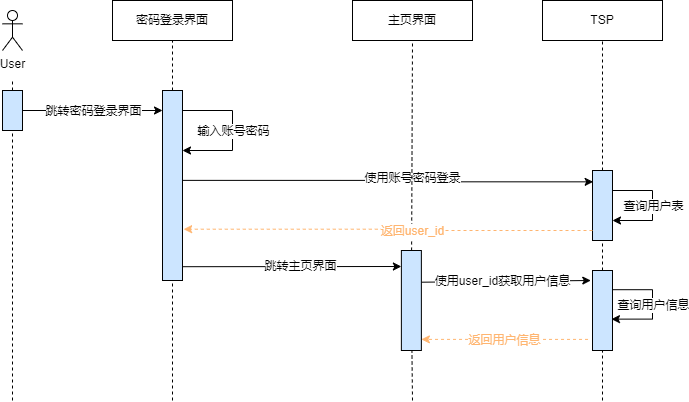
Above: x9hp/密码登录时序图.png in notigit/Image (draw.io), before the change. Source tidied: cells renumbered, new cells last; positions are measured from the earlier drawing's top-left corner, leaving out a move shared by most shapes.
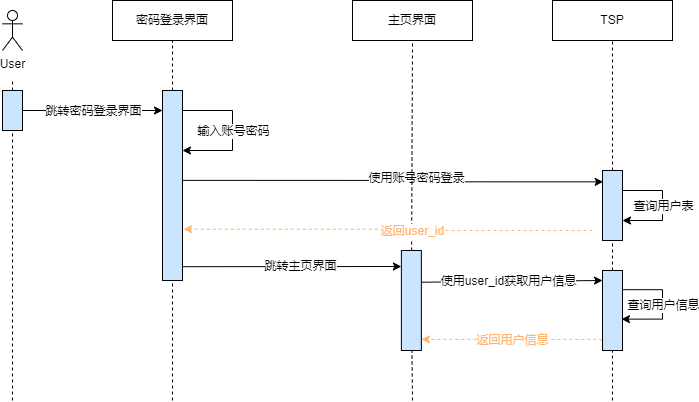
Above is the later version.

Commit message:
更新密码登录时序图.png

What changed in the source:
```diff
@@ -6,7 +6,7 @@
       <mxGeometry x="110" width="120" height="40" as="geometry" />
     </mxCell>
     <mxCell id="3" value="TSP" style="rounded=0;whiteSpace=wrap;html=1;" parent="1" vertex="1">
-      <mxGeometry x="540" width="120" height="40" as="geometry" />
+      <mxGeometry x="550" width="120" height="40" as="geometry" />
     </mxCell>
     <mxCell id="4" value="User" style="shape=umlActor;verticalLabelPosition=bottom;verticalAlign=top;html=1;" parent="1" vertex="1">
       <mxGeometry y="10" width="20" height="40" as="geometry" />
@@ -47,7 +47,7 @@
       <mxGeometry relative="1" as="geometry" />
     </mxCell>
     <mxCell id="14" style="rounded=0;whiteSpace=wrap;html=1;fillColor=#CCE5FF;" parent="1" vertex="1">
-      <mxGeometry x="590" y="170" width="20" height="70" as="geometry" />
+      <mxGeometry x="600" y="170" width="20" height="70" as="geometry" />
     </mxCell>
     <mxCell id="15" style="endArrow=none;dashed=1;html=1;rounded=0;startArrow=none;entryX=0.5;entryY=1;entryDx=0;entryDy=0;" parent="1" edge="1" source="35" target="14">
       <mxGeometry relative="1" as="geometry" />
@@ -83,21 +83,20 @@
     </mxCell>
     <mxCell id="21" style="endArrow=classic;html=1;rounded=0;fontSize=11;edgeStyle=orthogonalEdgeStyle;" parent="1" edge="1">
       <mxGeometry relative="1" as="geometry">
-        <mxPoint x="610" y="190" as="sourcePoint" />
-        <mxPoint x="610" y="220" as="targetPoint" />
+        <mxPoint x="620" y="190" as="sourcePoint" />
+        <mxPoint x="620" y="220" as="targetPoint" />
         <Array as="points">
-          <mxPoint x="650" y="190" />
-          <mxPoint x="650" y="220" />
+          <mxPoint x="660" y="190" />
+          <mxPoint x="660" y="220" />
         </Array>
       </mxGeometry>
     </mxCell>
     <mxCell id="22" value="查询用户表" style="edgeLabel;html=1;align=center;verticalAlign=middle;fontSize=11;fillColor=#CCE5FF;" parent="21" vertex="1">
       <mxGeometry relative="1" as="geometry" />
     </mxCell>
-    <mxCell id="23" style="endArrow=classic;html=1;rounded=0;fontSize=11;fontColor=#FFB570;strokeColor=#000000;fillColor=#FFF2CC;exitX=1;exitY=0.25;exitDx=0;exitDy=0;entryX=-0.03;entryY=0.135;entryDx=0;entryDy=0;entryPerimeter=0;" parent="1" edge="1">
+    <mxCell id="23" style="endArrow=classic;html=1;rounded=0;fontSize=11;fontColor=#FFB570;strokeColor=#000000;fillColor=#FFF2CC;exitX=1;exitY=0.25;exitDx=0;exitDy=0;entryX=0;entryY=0.125;entryDx=0;entryDy=0;entryPerimeter=0;" parent="1" edge="1" target="35">
       <mxGeometry relative="1" as="geometry">
         <mxPoint x="418.9" y="281.7" as="sourcePoint" />
-        <mxPoint x="588.3" y="280" as="targetPoint" />
       </mxGeometry>
     </mxCell>
     <mxCell id="24" value="使用user_id获取用户信息" style="edgeLabel;html=1;align=center;verticalAlign=middle;fontSize=11;fontColor=#000000;fillColor=#FFB570;" parent="23" vertex="1">
@@ -107,24 +106,22 @@
     </mxCell>
     <mxCell id="25" style="endArrow=classic;html=1;rounded=0;fontSize=11;fontColor=#000000;strokeColor=#000000;fillColor=#FFF2CC;edgeStyle=orthogonalEdgeStyle;entryX=1.004;entryY=0.618;entryDx=0;entryDy=0;exitX=1;exitY=0.25;exitDx=0;exitDy=0;entryPerimeter=0;" parent="1" edge="1">
       <mxGeometry relative="1" as="geometry">
-        <mxPoint x="608.9" y="289.2" as="sourcePoint" />
-        <mxPoint x="609" y="318.6" as="targetPoint" />
+        <mxPoint x="618.9" y="289.2" as="sourcePoint" />
+        <mxPoint x="619" y="318.6" as="targetPoint" />
         <Array as="points">
-          <mxPoint x="650" y="289" />
-          <mxPoint x="650" y="319" />
+          <mxPoint x="660" y="289" />
+          <mxPoint x="660" y="319" />
         </Array>
       </mxGeometry>
     </mxCell>
     <mxCell id="26" value="查询用户信息" style="edgeLabel;html=1;align=center;verticalAlign=middle;fontSize=11;fontColor=#000000;fillColor=#FFB570;" parent="25" vertex="1">
       <mxGeometry relative="1" as="geometry" />
     </mxCell>
-    <mxCell id="27" style="edgeStyle=orthogonalEdgeStyle;rounded=0;orthogonalLoop=1;jettySize=auto;html=1;exitX=-0.168;exitY=0.871;exitDx=0;exitDy=0;fontSize=11;dashed=1;fillColor=#FFF2CC;strokeColor=#FFB570;exitPerimeter=0;" parent="1" edge="1">
+    <mxCell id="27" style="edgeStyle=orthogonalEdgeStyle;rounded=0;jettySize=auto;html=1;exitX=-0.067;exitY=0.875;exitDx=0;exitDy=0;fontSize=11;dashed=1;fillColor=#FFF2CC;strokeColor=#FFB570;exitPerimeter=0;" parent="1" edge="1" source="35">
       <mxGeometry relative="1" as="geometry">
-        <mxPoint x="585.5" y="338.9" as="sourcePoint" />
         <mxPoint x="418.9" y="338.9" as="targetPoint" />
         <Array as="points">
-          <mxPoint x="418.9" y="339.2" />
-          <mxPoint x="418.9" y="339.2" />
+          <mxPoint x="599" y="339" />
         </Array>
       </mxGeometry>
     </mxCell>
@@ -159,11 +156,11 @@
       </mxGeometry>
     </mxCell>
     <mxCell id="35" style="rounded=0;whiteSpace=wrap;html=1;fillColor=#CCE5FF;" parent="1" vertex="1">
-      <mxGeometry x="590" y="270" width="20" height="80" as="geometry" />
+      <mxGeometry x="600" y="270" width="20" height="80" as="geometry" />
     </mxCell>
     <mxCell id="36" style="endArrow=none;dashed=1;html=1;rounded=0;" parent="1" edge="1" target="35">
       <mxGeometry relative="1" as="geometry">
-        <mxPoint x="600" y="400" as="sourcePoint" />
+        <mxPoint x="610" y="400" as="sourcePoint" />
       </mxGeometry>
     </mxCell>
     <mxCell id="37" style="edgeStyle=orthogonalEdgeStyle;rounded=0;jettySize=auto;html=1;exitX=-0.168;exitY=0.871;exitDx=0;exitDy=0;fontSize=11;dashed=1;fillColor=#FFF2CC;strokeColor=#FFB570;exitPerimeter=0;entryX=1.056;entryY=0.73;entryDx=0;entryDy=0;entryPerimeter=0;" parent="1" edge="1" target="11">
```
